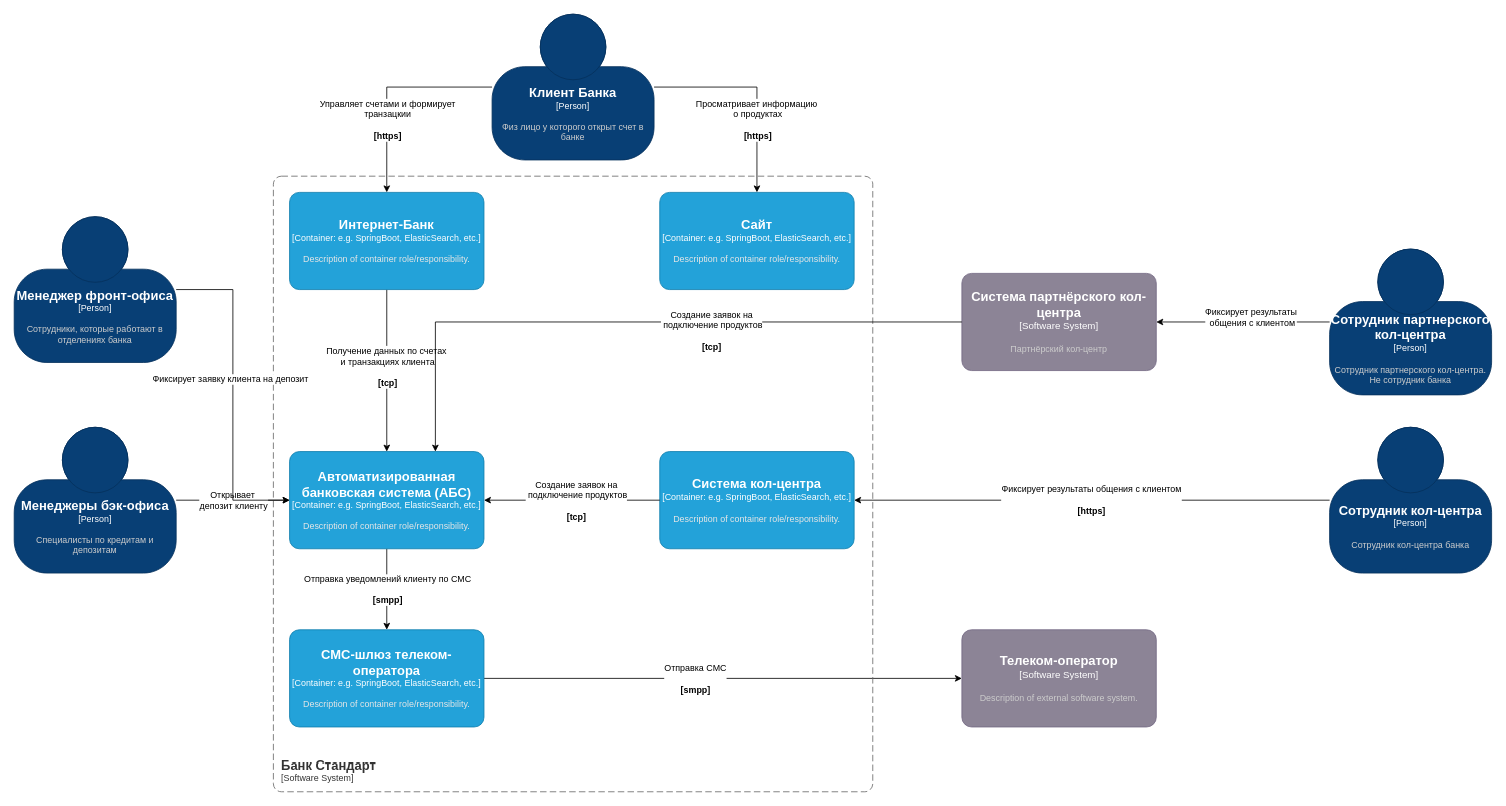
AlexVolkow/architecture-standart keeps this draw.io diagram as Task1/integration.drawio. Above is the earlier version. Source tidied: cells renumbered, new cells numbered last; positions are measured from the earlier drawing's top-left corner, leaving out a move shared by most shapes. Both pictures are drawn from the tidied source at 81%, with x=0, y=0 at pixel (14, 14).
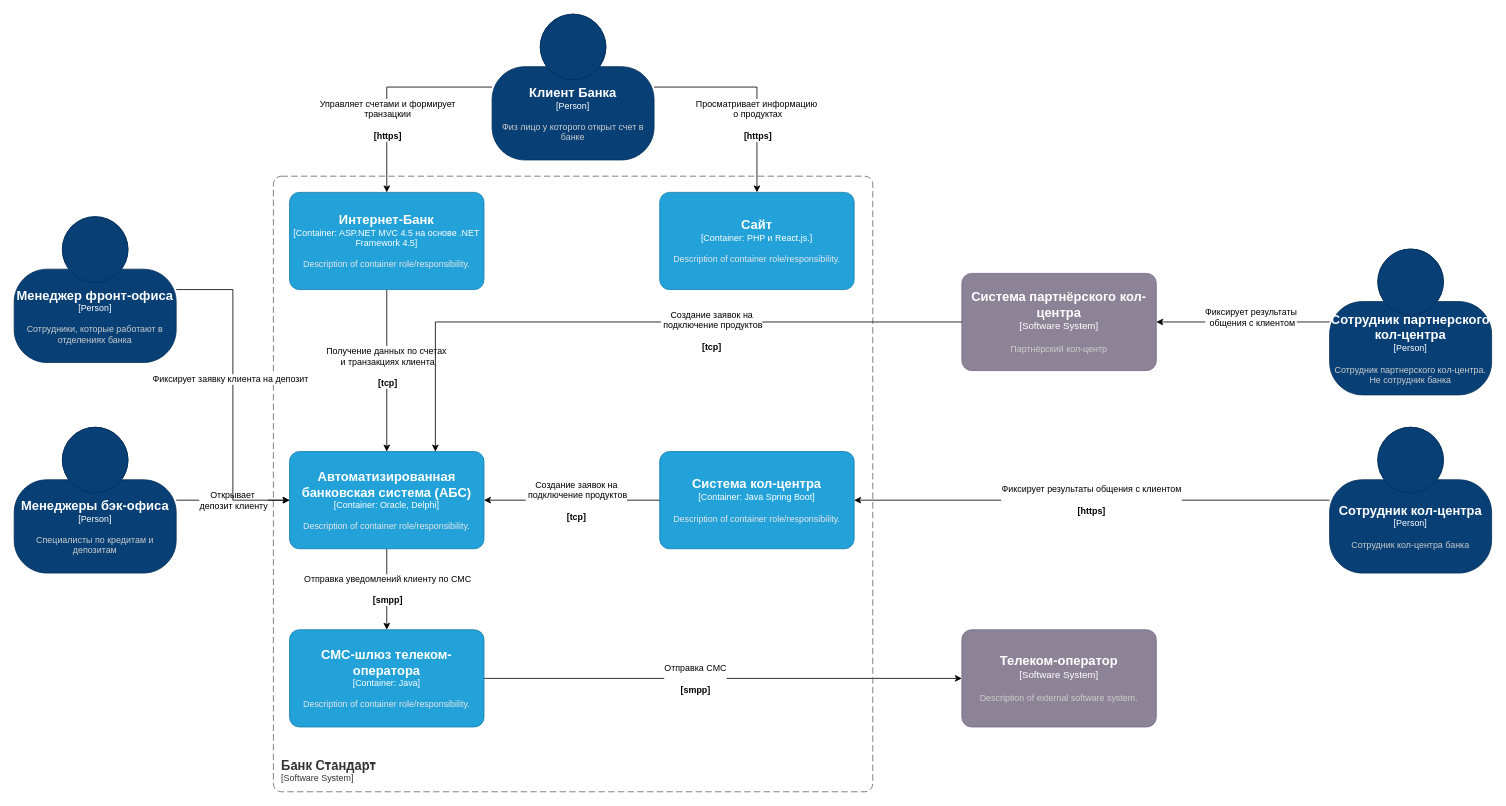
Above is the later version.

The edit, as a diff of the source:
```diff
@@
-    <object id="9" label="&lt;font style=&quot;font-size: 16px&quot;&gt;&lt;b&gt;%c4Name%&lt;/b&gt;&lt;/font&gt;&lt;div&gt;[%c4Type%: %c4Technology%]&lt;/div&gt;&lt;br&gt;&lt;div&gt;&lt;font style=&quot;font-size: 11px&quot;&gt;&lt;font color=&quot;#E6E6E6&quot;&gt;%c4Description%&lt;/font&gt;&lt;/div&gt;" c4Description="Description of container role/responsibility." c4Name="Интернет-Банк" c4Technology="e.g. SpringBoot, ElasticSearch, etc." c4Type="Container" placeholders="1">
+    <object id="9" label="&lt;font style=&quot;font-size: 16px&quot;&gt;&lt;b&gt;%c4Name%&lt;/b&gt;&lt;/font&gt;&lt;div&gt;[%c4Type%: %c4Technology%]&lt;/div&gt;&lt;br&gt;&lt;div&gt;&lt;font style=&quot;font-size: 11px&quot;&gt;&lt;font color=&quot;#E6E6E6&quot;&gt;%c4Description%&lt;/font&gt;&lt;/div&gt;" c4Description="Description of container role/responsibility." c4Name="Интернет-Банк" c4Technology="ASP.NET MVC 4.5 на основе .NET Framework 4.5" c4Type="Container" placeholders="1">
       <mxCell style="rounded=1;whiteSpace=wrap;html=1;fontSize=11;labelBackgroundColor=none;fillColor=#23A2D9;fontColor=#ffffff;align=center;arcSize=10;strokeColor=#0E7DAD;points=[[0.25,0,0],[0.5,0,0],[0.75,0,0],[1,0.25,0],[1,0.5,0],[1,0.75,0],[0.75,1,0],[0.5,1,0],[0.25,1,0],[0,0.75,0],[0,0.5,0],[0,0.25,0]];" parent="1" vertex="1">
         <mxGeometry x="340" y="220" width="240" height="120" as="geometry" />
       </mxCell>
     </object>
@@
-    <object id="12" label="&lt;font style=&quot;font-size: 16px&quot;&gt;&lt;b&gt;%c4Name%&lt;/b&gt;&lt;/font&gt;&lt;div&gt;[%c4Type%: %c4Technology%]&lt;/div&gt;&lt;br&gt;&lt;div&gt;&lt;font style=&quot;font-size: 11px&quot;&gt;&lt;font color=&quot;#E6E6E6&quot;&gt;%c4Description%&lt;/font&gt;&lt;/div&gt;" c4Description="Description of container role/responsibility." c4Name="Автоматизированная банковская система (АБС)" c4Technology="e.g. SpringBoot, ElasticSearch, etc." c4Type="Container" placeholders="1">
+    <object id="12" label="&lt;font style=&quot;font-size: 16px&quot;&gt;&lt;b&gt;%c4Name%&lt;/b&gt;&lt;/font&gt;&lt;div&gt;[%c4Type%: %c4Technology%]&lt;/div&gt;&lt;br&gt;&lt;div&gt;&lt;font style=&quot;font-size: 11px&quot;&gt;&lt;font color=&quot;#E6E6E6&quot;&gt;%c4Description%&lt;/font&gt;&lt;/div&gt;" c4Description="Description of container role/responsibility." c4Name="Автоматизированная банковская система (АБС)" c4Technology="Oracle, Delphi" c4Type="Container" placeholders="1">
       <mxCell style="rounded=1;whiteSpace=wrap;html=1;fontSize=11;labelBackgroundColor=none;fillColor=#23A2D9;fontColor=#ffffff;align=center;arcSize=10;strokeColor=#0E7DAD;points=[[0.25,0,0],[0.5,0,0],[0.75,0,0],[1,0.25,0],[1,0.5,0],[1,0.75,0],[0.75,1,0],[0.5,1,0],[0.25,1,0],[0,0.75,0],[0,0.5,0],[0,0.25,0]];" parent="1" vertex="1">
         <mxGeometry x="340" y="540" width="240" height="120" as="geometry" />
       </mxCell>
     </object>
-    <object id="13" label="&lt;font style=&quot;font-size: 16px&quot;&gt;&lt;b&gt;%c4Name%&lt;/b&gt;&lt;/font&gt;&lt;div&gt;[%c4Type%: %c4Technology%]&lt;/div&gt;&lt;br&gt;&lt;div&gt;&lt;font style=&quot;font-size: 11px&quot;&gt;&lt;font color=&quot;#E6E6E6&quot;&gt;%c4Description%&lt;/font&gt;&lt;/div&gt;" c4Description="Description of container role/responsibility." c4Name="Система кол-центра" c4Technology="e.g. SpringBoot, ElasticSearch, etc." c4Type="Container" placeholders="1">
+    <object id="13" label="&lt;font style=&quot;font-size: 16px&quot;&gt;&lt;b&gt;%c4Name%&lt;/b&gt;&lt;/font&gt;&lt;div&gt;[%c4Type%: %c4Technology%]&lt;/div&gt;&lt;br&gt;&lt;div&gt;&lt;font style=&quot;font-size: 11px&quot;&gt;&lt;font color=&quot;#E6E6E6&quot;&gt;%c4Description%&lt;/font&gt;&lt;/div&gt;" c4Description="Description of container role/responsibility." c4Name="Система кол-центра" c4Technology="Java Spring Boot" c4Type="Container" placeholders="1">
       <mxCell style="rounded=1;whiteSpace=wrap;html=1;fontSize=11;labelBackgroundColor=none;fillColor=#23A2D9;fontColor=#ffffff;align=center;arcSize=10;strokeColor=#0E7DAD;points=[[0.25,0,0],[0.5,0,0],[0.75,0,0],[1,0.25,0],[1,0.5,0],[1,0.75,0],[0.75,1,0],[0.5,1,0],[0.25,1,0],[0,0.75,0],[0,0.5,0],[0,0.25,0]];" parent="1" vertex="1">
         <mxGeometry x="797" y="540" width="240" height="120" as="geometry" />
       </mxCell>
     </object>
@@
-    <object id="16" label="&lt;font style=&quot;font-size: 16px&quot;&gt;&lt;b&gt;%c4Name%&lt;/b&gt;&lt;/font&gt;&lt;div&gt;[%c4Type%: %c4Technology%]&lt;/div&gt;&lt;br&gt;&lt;div&gt;&lt;font style=&quot;font-size: 11px&quot;&gt;&lt;font color=&quot;#E6E6E6&quot;&gt;%c4Description%&lt;/font&gt;&lt;/div&gt;" c4Description="Description of container role/responsibility." c4Name="СМС-шлюз телеком-оператора" c4Technology="e.g. SpringBoot, ElasticSearch, etc." c4Type="Container" placeholders="1">
+    <object id="16" label="&lt;font style=&quot;font-size: 16px&quot;&gt;&lt;b&gt;%c4Name%&lt;/b&gt;&lt;/font&gt;&lt;div&gt;[%c4Type%: %c4Technology%]&lt;/div&gt;&lt;br&gt;&lt;div&gt;&lt;font style=&quot;font-size: 11px&quot;&gt;&lt;font color=&quot;#E6E6E6&quot;&gt;%c4Description%&lt;/font&gt;&lt;/div&gt;" c4Description="Description of container role/responsibility." c4Name="СМС-шлюз телеком-оператора" c4Technology="Java" c4Type="Container" placeholders="1">
       <mxCell style="rounded=1;whiteSpace=wrap;html=1;fontSize=11;labelBackgroundColor=none;fillColor=#23A2D9;fontColor=#ffffff;align=center;arcSize=10;strokeColor=#0E7DAD;points=[[0.25,0,0],[0.5,0,0],[0.75,0,0],[1,0.25,0],[1,0.5,0],[1,0.75,0],[0.75,1,0],[0.5,1,0],[0.25,1,0],[0,0.75,0],[0,0.5,0],[0,0.25,0]];" parent="1" vertex="1">
         <mxGeometry x="340" y="760" width="240" height="120" as="geometry" />
       </mxCell>
     </object>
@@
-    <object id="18" label="&lt;font style=&quot;font-size: 16px&quot;&gt;&lt;b&gt;%c4Name%&lt;/b&gt;&lt;/font&gt;&lt;div&gt;[%c4Type%: %c4Technology%]&lt;/div&gt;&lt;br&gt;&lt;div&gt;&lt;font style=&quot;font-size: 11px&quot;&gt;&lt;font color=&quot;#E6E6E6&quot;&gt;%c4Description%&lt;/font&gt;&lt;/div&gt;" c4Description="Description of container role/responsibility." c4Name="Сайт" c4Technology="e.g. SpringBoot, ElasticSearch, etc." c4Type="Container" placeholders="1">
+    <object id="18" label="&lt;font style=&quot;font-size: 16px&quot;&gt;&lt;b&gt;%c4Name%&lt;/b&gt;&lt;/font&gt;&lt;div&gt;[%c4Type%: %c4Technology%]&lt;/div&gt;&lt;br&gt;&lt;div&gt;&lt;font style=&quot;font-size: 11px&quot;&gt;&lt;font color=&quot;#E6E6E6&quot;&gt;%c4Description%&lt;/font&gt;&lt;/div&gt;" c4Description="Description of container role/responsibility." c4Name="Сайт" c4Technology="PHP и React.js." c4Type="Container" placeholders="1">
       <mxCell style="rounded=1;whiteSpace=wrap;html=1;fontSize=11;labelBackgroundColor=none;fillColor=#23A2D9;fontColor=#ffffff;align=center;arcSize=10;strokeColor=#0E7DAD;points=[[0.25,0,0],[0.5,0,0],[0.75,0,0],[1,0.25,0],[1,0.5,0],[1,0.75,0],[0.75,1,0],[0.5,1,0],[0.25,1,0],[0,0.75,0],[0,0.5,0],[0,0.25,0]];" parent="1" vertex="1">
         <mxGeometry x="797" y="220" width="240" height="120" as="geometry" />
       </mxCell>
     </object>
```
